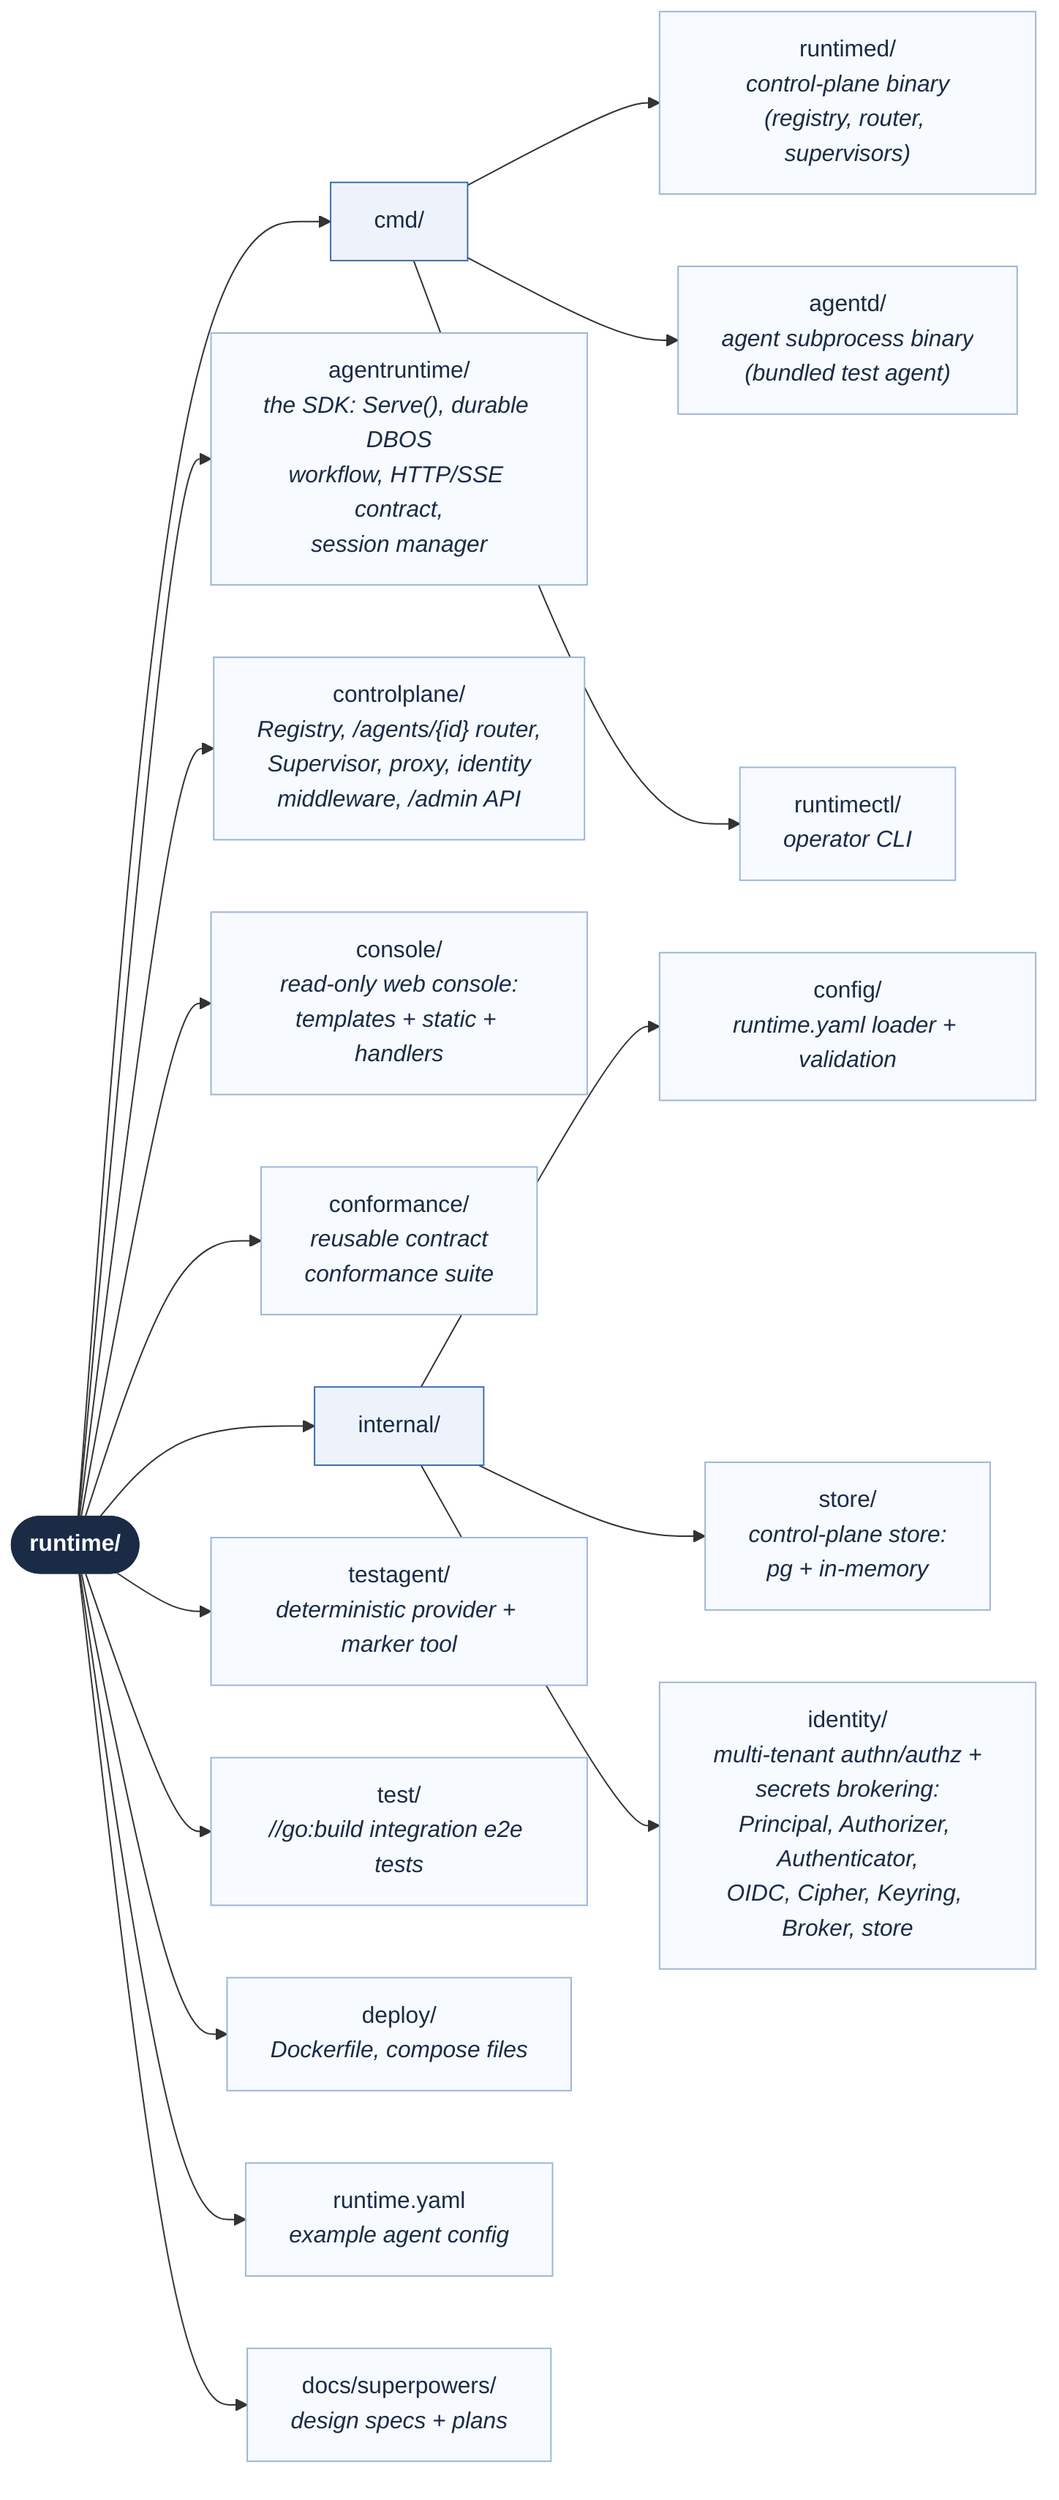
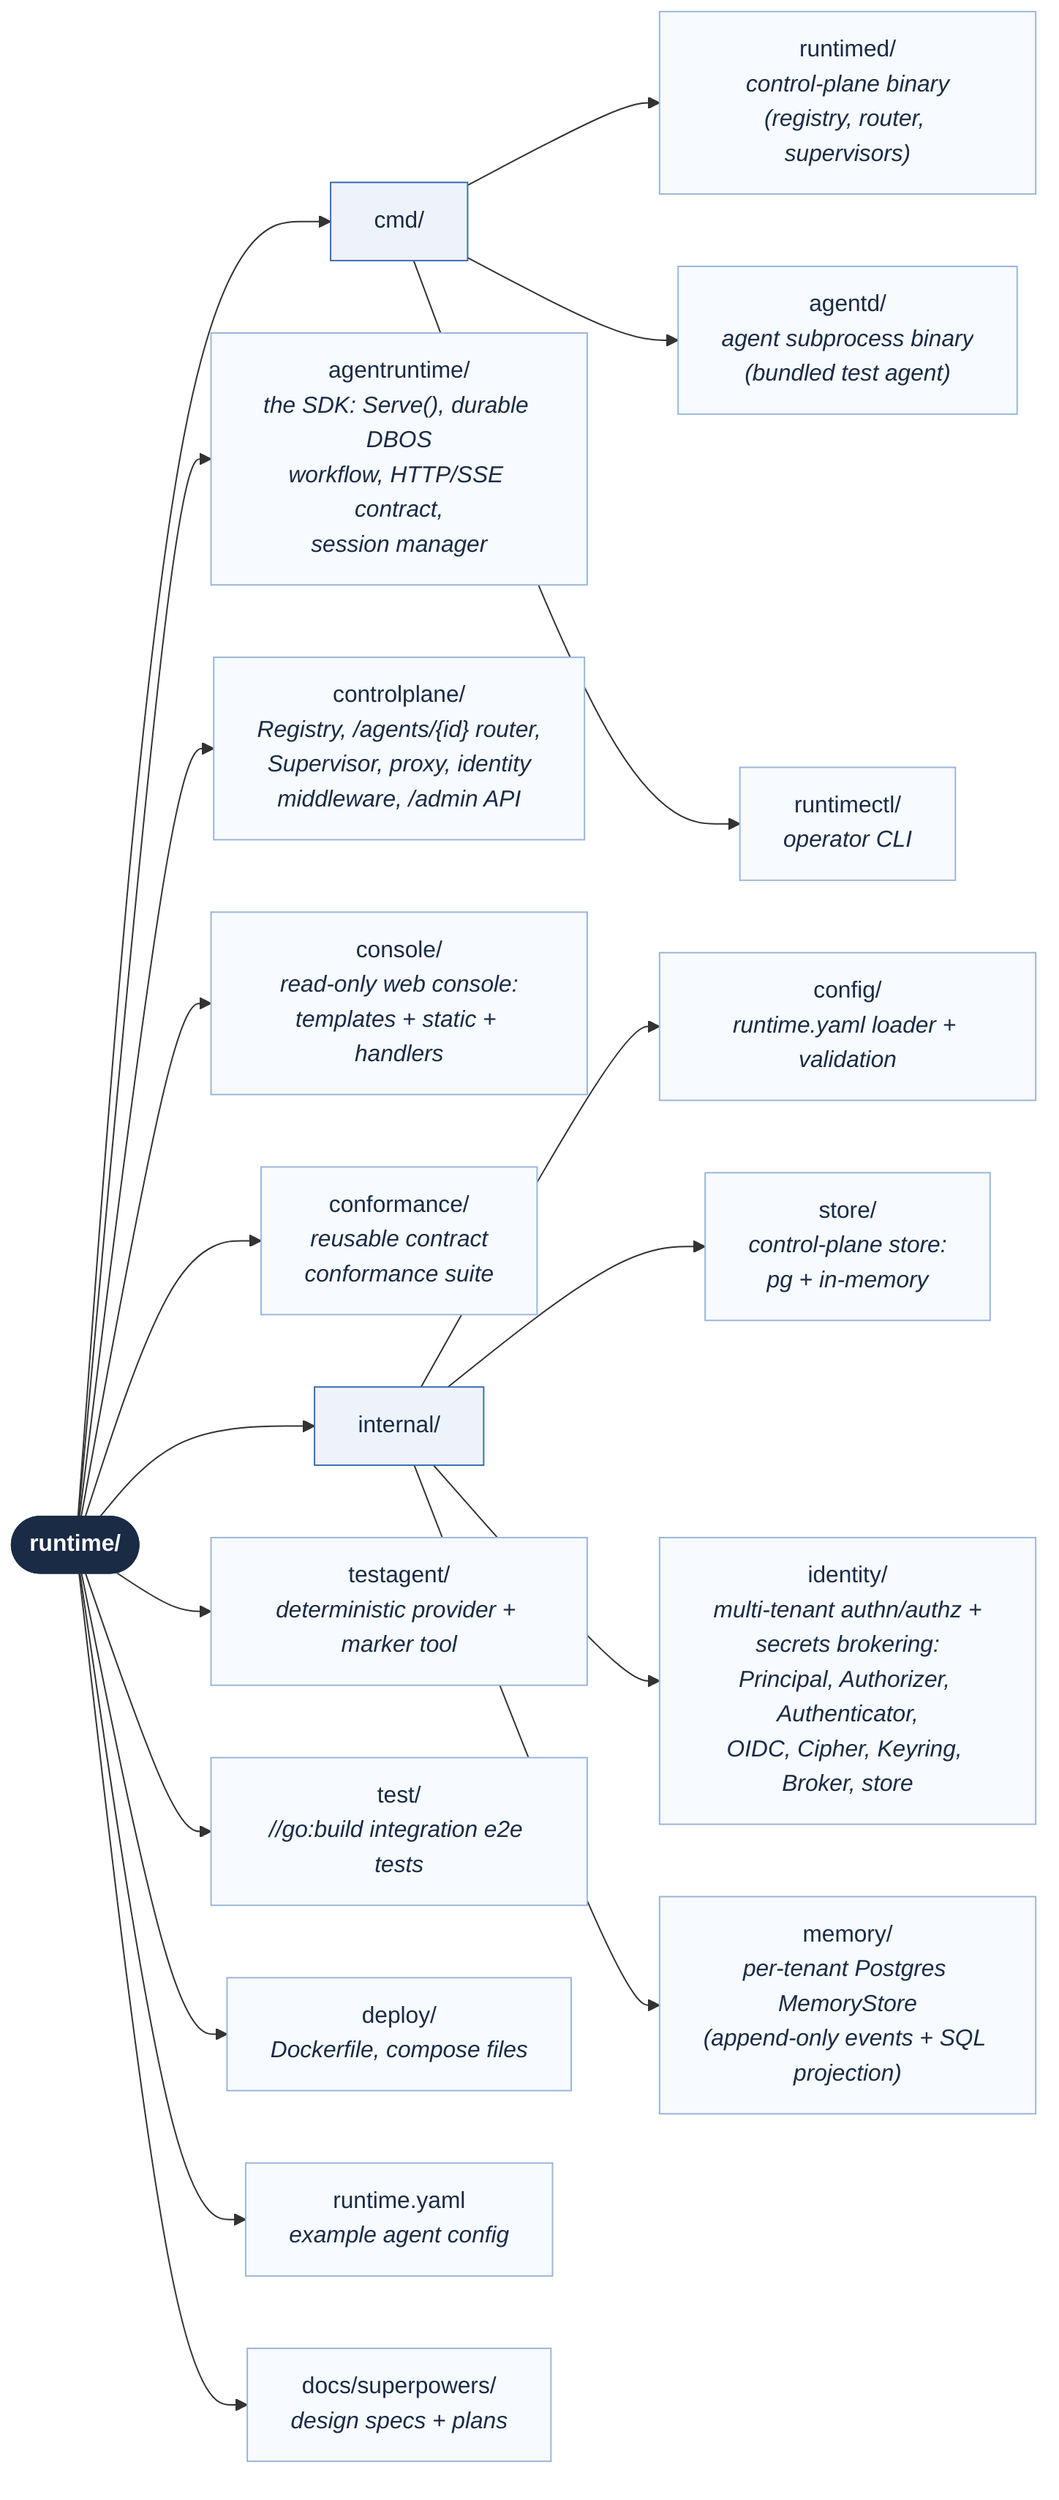
%% Runtime project layout (top-level packages and their responsibilities).
%% Render: mmdc -i project-layout.mmd -o project-layout.png -t neutral -b white -s 3
flowchart LR
    root(["runtime/"])

    cmd["cmd/"]
    runtimed_b["runtimed/<br/><i>control-plane binary<br/>(registry, router, supervisors)</i>"]
    agentd_b["agentd/<br/><i>agent subprocess binary<br/>(bundled test agent)</i>"]
    runtimectl_b["runtimectl/<br/><i>operator CLI</i>"]

    sdk["agentruntime/<br/><i>the SDK: Serve(), durable DBOS<br/>workflow, HTTP/SSE contract,<br/>session manager</i>"]
    ctrl["controlplane/<br/><i>Registry, /agents/{id} router,<br/>Supervisor, proxy, identity<br/>middleware, /admin API</i>"]
    console["console/<br/><i>read-only web console:<br/>templates + static + handlers</i>"]
    conf["conformance/<br/><i>reusable contract<br/>conformance suite</i>"]

    internal["internal/"]
    cfg["config/<br/><i>runtime.yaml loader + validation</i>"]
    store["store/<br/><i>control-plane store:<br/>pg + in-memory</i>"]
    ident["identity/<br/><i>multi-tenant authn/authz +<br/>secrets brokering:<br/>Principal, Authorizer, Authenticator,<br/>OIDC, Cipher, Keyring, Broker, store</i>"]
+     mem["memory/<br/><i>per-tenant Postgres MemoryStore<br/>(append-only events + SQL projection)</i>"]

    testagent["testagent/<br/><i>deterministic provider + marker tool</i>"]
    test["test/<br/><i>//go:build integration e2e tests</i>"]
    deploy["deploy/<br/><i>Dockerfile, compose files</i>"]
    yaml["runtime.yaml<br/><i>example agent config</i>"]
    docs["docs/superpowers/<br/><i>design specs + plans</i>"]

    root --> cmd
    cmd --> runtimed_b
    cmd --> agentd_b
    cmd --> runtimectl_b
    root --> sdk
    root --> ctrl
    root --> console
    root --> conf
    root --> internal
    internal --> cfg
    internal --> store
    internal --> ident
+     internal --> mem
    root --> testagent
    root --> test
    root --> deploy
    root --> yaml
    root --> docs

    classDef dir fill:#eef3fb,stroke:#3b6db5,stroke-width:1px,color:#1a2b45;
    classDef leaf fill:#f7faff,stroke:#9bb6d8,stroke-width:1px,color:#1a2b45;
    classDef rootNode fill:#1a2b45,stroke:#1a2b45,color:#ffffff,font-weight:bold;

    class root rootNode;
    class cmd,internal dir;
-     class runtimed_b,agentd_b,runtimectl_b,sdk,ctrl,console,conf,cfg,store,ident,testagent,test,deploy,yaml,docs leaf;
+     class runtimed_b,agentd_b,runtimectl_b,sdk,ctrl,console,conf,cfg,store,ident,mem,testagent,test,deploy,yaml,docs leaf;
